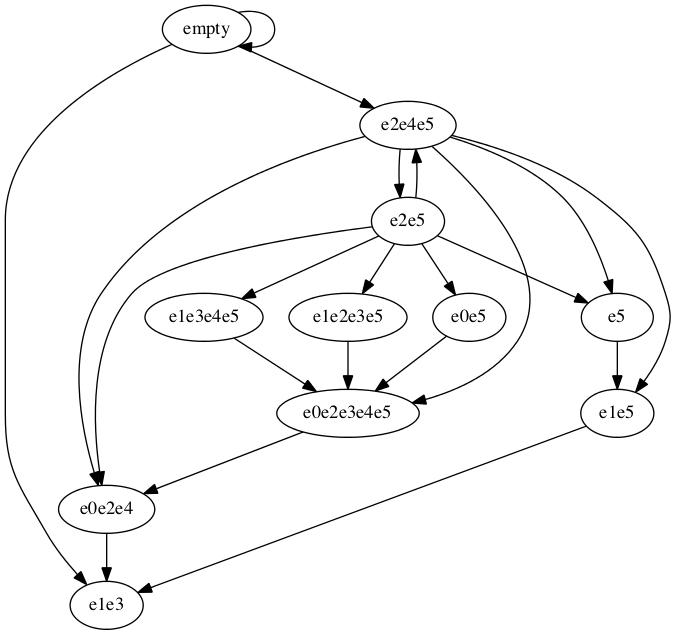
ryysd/PrototypePOR keeps this Graphviz diagram as tmp/act.png. Above is the earlier version. Its source is kept beside it as tmp/act.dot.
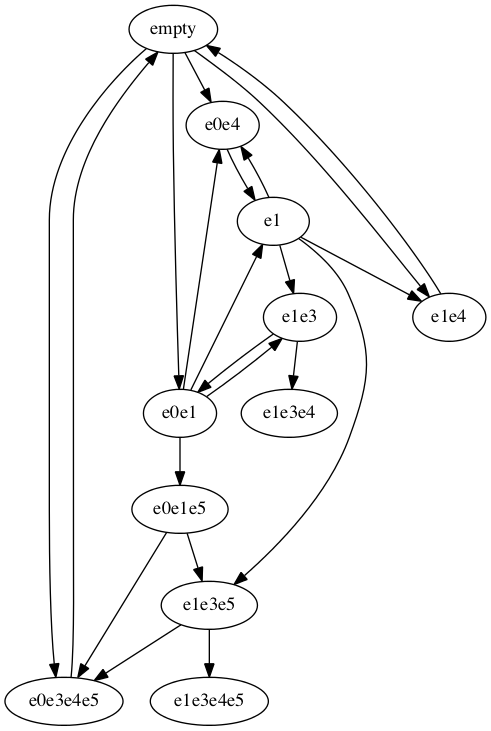
Later version of the same file.

The edit, as a diff of the source:
```diff
@@ -1,28 +1,37 @@
 strict digraph {
-  empty->empty;
-  empty->e1e3;
-  empty->e2e4e5;
-  empty->e1e3;
-  e2e4e5->e1e5;
-  e2e4e5->e0e2e3e4e5;
-  e2e4e5->e5;
-  e2e4e5->e0e2e4;
-  e2e4e5->e2e5;
-  e2e5->e0e5;
-  e2e5->e1e3e4e5;
-  e2e5->e1e2e3e5;
-  e2e5->e5;
-  e2e5->e2e4e5;
-  e2e5->e0e2e4;
-  e0e2e4->e1e3;
-  e5->e1e5;
-  e1e5->e1e3;
-  e1e2e3e5->e0e2e3e4e5;
-  e0e2e3e4e5->e0e2e4;
-  e1e3e4e5->e0e2e3e4e5;
-  e0e5->e0e2e3e4e5;
-  e0e2e4->e1e3;
-  e5->e1e5;
-  e0e2e3e4e5->e0e2e4;
-  e1e5->e1e3;
+  empty->e0e3e4e5;
+  empty->e0e4;
+  empty->e0e4;
+  empty->e0e1;
+  empty->e1e4;
+  e1e4->empty;
+  e0e1->e0e1e5;
+  e0e1->e1;
+  e0e1->e1e3;
+  e0e1->e0e4;
+  e0e4->e1;
+  e1->e1e3;
+  e1->e1e4;
+  e1->e1e3e5;
+  e1->e1e3;
+  e1->e0e4;
+  e1e3->e1e3e4;
+  e1e3->e0e1;
+  e1e3e5->e1e3e4e5;
+  e1e3e5->e0e3e4e5;
+  e0e3e4e5->empty;
+  e1e3->e1e3e4;
+  e1e3->e0e1;
+  e1e3->e1e3e4;
+  e1e3->e0e1;
+  e1->e1e3;
+  e1->e1e4;
+  e1->e1e3e5;
+  e1->e1e3;
+  e1->e0e4;
+  e0e1e5->e1e3e5;
+  e0e1e5->e0e3e4e5;
+  e0e4->e1;
+  e0e4->e1;
+  e0e3e4e5->empty;
 }
```
